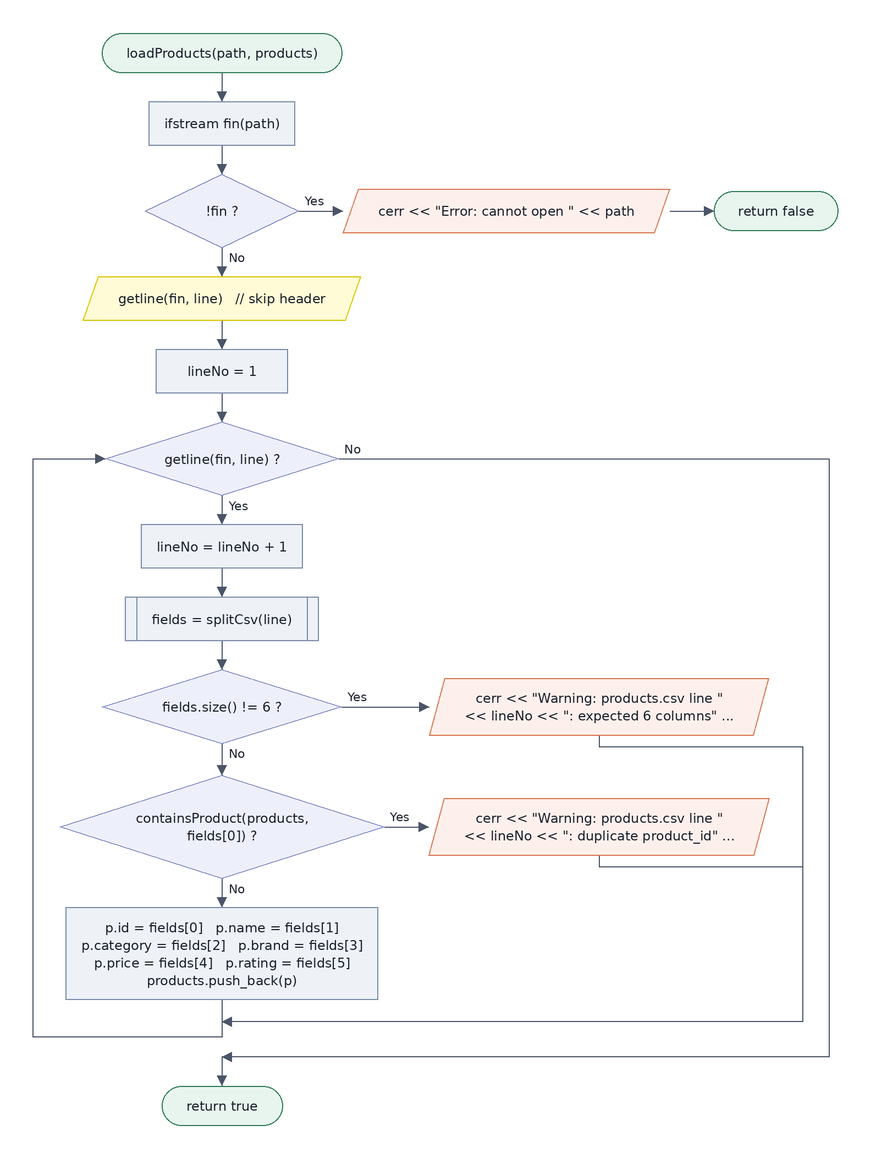
tienthinh202/smartretail-p2-group02 keeps this draw.io diagram as docs/flowcharts/T03-loadProducts.drawio.png. Above is the earlier version. Source tidied: cells renumbered, new cells last; positions are measured from the earlier drawing's top-left corner, leaving out a move shared by most shapes.
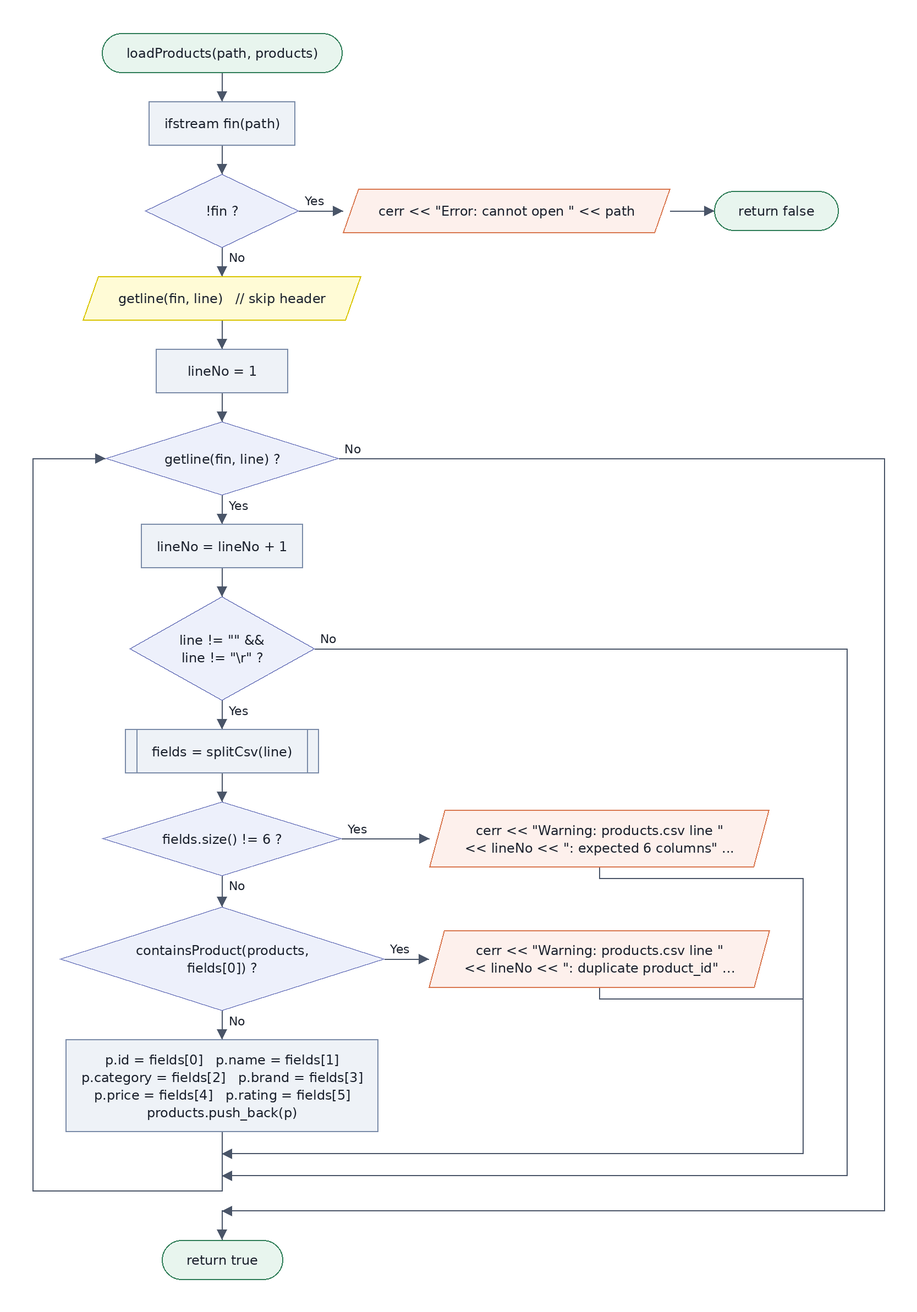
After the change.

Commit message:
T03: skip blank lines in loadProducts and update flowchart

What changed in the source:
```diff
@@ -29,193 +29,224 @@
     <mxCell id="10" value="lineNo = lineNo + 1" style="rounded=0;whiteSpace=wrap;fontSize=12;fillColor=#EEF2F7;strokeColor=#7A8BA8;fontColor=#1A202C;" parent="1" vertex="1">
       <mxGeometry x="98" y="446" width="147" height="40" as="geometry" />
     </mxCell>
-    <mxCell id="11" value="fields = splitCsv(line)" style="shape=process;backgroundOutline=1;size=0.06;whiteSpace=wrap;fontSize=12;fillColor=#EEF2F7;strokeColor=#7A8BA8;fontColor=#1A202C;" parent="1" vertex="1">
-      <mxGeometry x="84" y="512" width="176" height="40" as="geometry" />
+    <mxCell id="11" value="line != &quot;&quot; &amp;&amp;&#10;line != &quot;\r&quot; ?" style="rhombus;whiteSpace=wrap;fontSize=12;fillColor=#EDF0FB;strokeColor=#6670B8;fontColor=#1A202C;" parent="1" vertex="1">
+      <mxGeometry x="88" y="512" width="168" height="94" as="geometry" />
     </mxCell>
-    <mxCell id="12" value="fields.size() != 6 ?" style="rhombus;whiteSpace=wrap;fontSize=12;fillColor=#EDF0FB;strokeColor=#6670B8;fontColor=#1A202C;" parent="1" vertex="1">
-      <mxGeometry x="63" y="578" width="218" height="67" as="geometry" />
+    <mxCell id="12" value="fields = splitCsv(line)" style="shape=process;backgroundOutline=1;size=0.06;whiteSpace=wrap;fontSize=12;fillColor=#EEF2F7;strokeColor=#7A8BA8;fontColor=#1A202C;" parent="1" vertex="1">
+      <mxGeometry x="84" y="633" width="176" height="40" as="geometry" />
     </mxCell>
-    <mxCell id="13" value="cerr &lt;&lt; &quot;Warning: products.csv line &quot;&#10;&lt;&lt; lineNo &lt;&lt; &quot;: expected 6 columns&quot; ..." style="shape=parallelogram;perimeter=parallelogramPerimeter;fixedSize=1;size=14;whiteSpace=wrap;fontSize=12;fillColor=#FDF0EC;strokeColor=#D9774F;fontColor=#1A202C;" parent="1" vertex="1">
-      <mxGeometry x="360" y="586" width="309" height="52" as="geometry" />
+    <mxCell id="13" value="fields.size() != 6 ?" style="rhombus;whiteSpace=wrap;fontSize=12;fillColor=#EDF0FB;strokeColor=#6670B8;fontColor=#1A202C;" parent="1" vertex="1">
+      <mxGeometry x="63" y="699" width="218" height="67" as="geometry" />
     </mxCell>
-    <mxCell id="14" value="containsProduct(products,&#10;fields[0]) ?" style="rhombus;whiteSpace=wrap;fontSize=12;fillColor=#EDF0FB;strokeColor=#6670B8;fontColor=#1A202C;" parent="1" vertex="1">
-      <mxGeometry x="24" y="674" width="296" height="94" as="geometry" />
+    <mxCell id="14" value="cerr &lt;&lt; &quot;Warning: products.csv line &quot;&#10;&lt;&lt; lineNo &lt;&lt; &quot;: expected 6 columns&quot; ..." style="shape=parallelogram;perimeter=parallelogramPerimeter;fixedSize=1;size=14;whiteSpace=wrap;fontSize=12;fillColor=#FDF0EC;strokeColor=#D9774F;fontColor=#1A202C;" parent="1" vertex="1">
+      <mxGeometry x="360" y="706" width="309" height="52" as="geometry" />
     </mxCell>
-    <mxCell id="15" value="cerr &lt;&lt; &quot;Warning: products.csv line &quot;&#10;&lt;&lt; lineNo &lt;&lt; &quot;: duplicate product_id&quot; ..." style="shape=parallelogram;perimeter=parallelogramPerimeter;fixedSize=1;size=14;whiteSpace=wrap;fontSize=12;fillColor=#FDF0EC;strokeColor=#D9774F;fontColor=#1A202C;" parent="1" vertex="1">
-      <mxGeometry x="360" y="695" width="310" height="52" as="geometry" />
+    <mxCell id="15" value="containsProduct(products,&#10;fields[0]) ?" style="rhombus;whiteSpace=wrap;fontSize=12;fillColor=#EDF0FB;strokeColor=#6670B8;fontColor=#1A202C;" parent="1" vertex="1">
+      <mxGeometry x="24" y="794" width="296" height="94" as="geometry" />
     </mxCell>
-    <mxCell id="16" value="p.id = fields[0]   p.name = fields[1]&#10;p.category = fields[2]   p.brand = fields[3]&#10;p.price = fields[4]   p.rating = fields[5]&#10;products.push_back(p)" style="rounded=0;whiteSpace=wrap;fontSize=12;fillColor=#EEF2F7;strokeColor=#7A8BA8;fontColor=#1A202C;" parent="1" vertex="1">
-      <mxGeometry x="30" y="794" width="284" height="84" as="geometry" />
+    <mxCell id="16" value="cerr &lt;&lt; &quot;Warning: products.csv line &quot;&#10;&lt;&lt; lineNo &lt;&lt; &quot;: duplicate product_id&quot; ..." style="shape=parallelogram;perimeter=parallelogramPerimeter;fixedSize=1;size=14;whiteSpace=wrap;fontSize=12;fillColor=#FDF0EC;strokeColor=#D9774F;fontColor=#1A202C;" parent="1" vertex="1">
+      <mxGeometry x="360" y="816" width="310" height="52" as="geometry" />
     </mxCell>
-    <mxCell id="17" value="return true" style="shape=mxgraph.flowchart.terminator;whiteSpace=wrap;fontSize=12;fillColor=#E8F5EE;strokeColor=#2E7D57;fontColor=#1A202C;" parent="1" vertex="1">
-      <mxGeometry x="117" y="956" width="110" height="36" as="geometry" />
+    <mxCell id="17" value="p.id = fields[0]   p.name = fields[1]&#10;p.category = fields[2]   p.brand = fields[3]&#10;p.price = fields[4]   p.rating = fields[5]&#10;products.push_back(p)" style="rounded=0;whiteSpace=wrap;fontSize=12;fillColor=#EEF2F7;strokeColor=#7A8BA8;fontColor=#1A202C;" parent="1" vertex="1">
+      <mxGeometry x="30" y="915" width="284" height="84" as="geometry" />
     </mxCell>
-    <mxCell id="18" style="endArrow=block;endFill=1;rounded=0;strokeColor=#4A5568;" parent="1" edge="1">
-      <mxGeometry relative="1" as="geometry">
-        <mxPoint x="172" y="36" as="sourcePoint" />
-        <mxPoint x="172" y="62" as="targetPoint" />
-      </mxGeometry>
+    <mxCell id="18" value="return true" style="shape=mxgraph.flowchart.terminator;whiteSpace=wrap;fontSize=12;fillColor=#E8F5EE;strokeColor=#2E7D57;fontColor=#1A202C;" parent="1" vertex="1">
+      <mxGeometry x="117" y="1097" width="110" height="36" as="geometry" />
     </mxCell>
     <mxCell id="19" style="endArrow=block;endFill=1;rounded=0;strokeColor=#4A5568;" parent="1" edge="1">
       <mxGeometry relative="1" as="geometry">
-        <mxPoint x="172" y="102" as="sourcePoint" />
-        <mxPoint x="172" y="128" as="targetPoint" />
+        <mxPoint x="172" y="36" as="sourcePoint" />
+        <mxPoint x="172" y="62" as="targetPoint" />
       </mxGeometry>
     </mxCell>
     <mxCell id="20" style="endArrow=block;endFill=1;rounded=0;strokeColor=#4A5568;" parent="1" edge="1">
       <mxGeometry relative="1" as="geometry">
-        <mxPoint x="242" y="162" as="sourcePoint" />
-        <mxPoint x="282" y="162" as="targetPoint" />
+        <mxPoint x="172" y="102" as="sourcePoint" />
+        <mxPoint x="172" y="128" as="targetPoint" />
       </mxGeometry>
     </mxCell>
     <mxCell id="21" style="endArrow=block;endFill=1;rounded=0;strokeColor=#4A5568;" parent="1" edge="1">
       <mxGeometry relative="1" as="geometry">
-        <mxPoint x="579" y="162" as="sourcePoint" />
-        <mxPoint x="619" y="162" as="targetPoint" />
+        <mxPoint x="242" y="162" as="sourcePoint" />
+        <mxPoint x="282" y="162" as="targetPoint" />
       </mxGeometry>
     </mxCell>
     <mxCell id="22" style="endArrow=block;endFill=1;rounded=0;strokeColor=#4A5568;" parent="1" edge="1">
       <mxGeometry relative="1" as="geometry">
-        <mxPoint x="172" y="195" as="sourcePoint" />
-        <mxPoint x="172" y="221" as="targetPoint" />
+        <mxPoint x="579" y="162" as="sourcePoint" />
+        <mxPoint x="619" y="162" as="targetPoint" />
       </mxGeometry>
     </mxCell>
     <mxCell id="23" style="endArrow=block;endFill=1;rounded=0;strokeColor=#4A5568;" parent="1" edge="1">
       <mxGeometry relative="1" as="geometry">
-        <mxPoint x="172" y="261" as="sourcePoint" />
-        <mxPoint x="172" y="287" as="targetPoint" />
+        <mxPoint x="172" y="195" as="sourcePoint" />
+        <mxPoint x="172" y="221" as="targetPoint" />
       </mxGeometry>
     </mxCell>
     <mxCell id="24" style="endArrow=block;endFill=1;rounded=0;strokeColor=#4A5568;" parent="1" edge="1">
       <mxGeometry relative="1" as="geometry">
-        <mxPoint x="172" y="327" as="sourcePoint" />
-        <mxPoint x="172" y="353" as="targetPoint" />
+        <mxPoint x="172" y="261" as="sourcePoint" />
+        <mxPoint x="172" y="287" as="targetPoint" />
       </mxGeometry>
     </mxCell>
     <mxCell id="25" style="endArrow=block;endFill=1;rounded=0;strokeColor=#4A5568;" parent="1" edge="1">
       <mxGeometry relative="1" as="geometry">
-        <mxPoint x="172" y="420" as="sourcePoint" />
-        <mxPoint x="172" y="446" as="targetPoint" />
+        <mxPoint x="172" y="327" as="sourcePoint" />
+        <mxPoint x="172" y="353" as="targetPoint" />
       </mxGeometry>
     </mxCell>
     <mxCell id="26" style="endArrow=block;endFill=1;rounded=0;strokeColor=#4A5568;" parent="1" edge="1">
       <mxGeometry relative="1" as="geometry">
-        <mxPoint x="172" y="486" as="sourcePoint" />
-        <mxPoint x="172" y="512" as="targetPoint" />
+        <mxPoint x="172" y="420" as="sourcePoint" />
+        <mxPoint x="172" y="446" as="targetPoint" />
       </mxGeometry>
     </mxCell>
     <mxCell id="27" style="endArrow=block;endFill=1;rounded=0;strokeColor=#4A5568;" parent="1" edge="1">
       <mxGeometry relative="1" as="geometry">
-        <mxPoint x="172" y="552" as="sourcePoint" />
-        <mxPoint x="172" y="578" as="targetPoint" />
+        <mxPoint x="172" y="486" as="sourcePoint" />
+        <mxPoint x="172" y="512" as="targetPoint" />
       </mxGeometry>
     </mxCell>
     <mxCell id="28" style="endArrow=block;endFill=1;rounded=0;strokeColor=#4A5568;" parent="1" edge="1">
       <mxGeometry relative="1" as="geometry">
-        <mxPoint x="281" y="612" as="sourcePoint" />
-        <mxPoint x="360" y="612" as="targetPoint" />
+        <mxPoint x="172" y="607" as="sourcePoint" />
+        <mxPoint x="172" y="633" as="targetPoint" />
       </mxGeometry>
     </mxCell>
-    <mxCell id="29" style="endArrow=none;rounded=0;strokeColor=#4A5568;" parent="1" edge="1">
+    <mxCell id="29" style="endArrow=block;endFill=1;rounded=0;strokeColor=#4A5568;" parent="1" edge="1">
       <mxGeometry relative="1" as="geometry">
-        <mxPoint x="515" y="638" as="sourcePoint" />
-        <mxPoint x="700" y="898" as="targetPoint" />
-        <Array as="points">
-          <mxPoint x="515" y="648" />
-          <mxPoint x="700" y="648" />
-        </Array>
+        <mxPoint x="172" y="673" as="sourcePoint" />
+        <mxPoint x="172" y="699" as="targetPoint" />
       </mxGeometry>
     </mxCell>
     <mxCell id="30" style="endArrow=block;endFill=1;rounded=0;strokeColor=#4A5568;" parent="1" edge="1">
       <mxGeometry relative="1" as="geometry">
-        <mxPoint x="172" y="646" as="sourcePoint" />
-        <mxPoint x="172" y="674" as="targetPoint" />
+        <mxPoint x="281" y="732" as="sourcePoint" />
+        <mxPoint x="360" y="732" as="targetPoint" />
       </mxGeometry>
     </mxCell>
-    <mxCell id="31" style="endArrow=block;endFill=1;rounded=0;strokeColor=#4A5568;" parent="1" edge="1">
+    <mxCell id="31" style="endArrow=none;rounded=0;strokeColor=#4A5568;" parent="1" edge="1">
       <mxGeometry relative="1" as="geometry">
-        <mxPoint x="320" y="721" as="sourcePoint" />
-        <mxPoint x="360" y="721" as="targetPoint" />
+        <mxPoint x="515" y="758" as="sourcePoint" />
+        <mxPoint x="700" y="1019" as="targetPoint" />
+        <Array as="points">
+          <mxPoint x="515" y="768" />
+          <mxPoint x="700" y="768" />
+        </Array>
       </mxGeometry>
     </mxCell>
-    <mxCell id="32" style="endArrow=none;rounded=0;strokeColor=#4A5568;" parent="1" edge="1">
+    <mxCell id="32" style="endArrow=block;endFill=1;rounded=0;strokeColor=#4A5568;" parent="1" edge="1">
       <mxGeometry relative="1" as="geometry">
-        <mxPoint x="515" y="747" as="sourcePoint" />
-        <mxPoint x="700" y="898" as="targetPoint" />
-        <Array as="points">
-          <mxPoint x="515" y="757" />
-          <mxPoint x="700" y="757" />
-        </Array>
+        <mxPoint x="172" y="766" as="sourcePoint" />
+        <mxPoint x="172" y="794" as="targetPoint" />
       </mxGeometry>
     </mxCell>
     <mxCell id="33" style="endArrow=block;endFill=1;rounded=0;strokeColor=#4A5568;" parent="1" edge="1">
       <mxGeometry relative="1" as="geometry">
-        <mxPoint x="172" y="768" as="sourcePoint" />
-        <mxPoint x="172" y="794" as="targetPoint" />
+        <mxPoint x="320" y="842" as="sourcePoint" />
+        <mxPoint x="360" y="842" as="targetPoint" />
       </mxGeometry>
     </mxCell>
     <mxCell id="34" style="endArrow=none;rounded=0;strokeColor=#4A5568;" parent="1" edge="1">
       <mxGeometry relative="1" as="geometry">
-        <mxPoint x="172" y="878" as="sourcePoint" />
-        <mxPoint x="172" y="898" as="targetPoint" />
+        <mxPoint x="515" y="868" as="sourcePoint" />
+        <mxPoint x="700" y="1019" as="targetPoint" />
+        <Array as="points">
+          <mxPoint x="515" y="878" />
+          <mxPoint x="700" y="878" />
+        </Array>
       </mxGeometry>
     </mxCell>
     <mxCell id="35" style="endArrow=block;endFill=1;rounded=0;strokeColor=#4A5568;" parent="1" edge="1">
       <mxGeometry relative="1" as="geometry">
-        <mxPoint x="700" y="898" as="sourcePoint" />
-        <mxPoint x="172" y="898" as="targetPoint" />
+        <mxPoint x="172" y="889" as="sourcePoint" />
+        <mxPoint x="172" y="915" as="targetPoint" />
       </mxGeometry>
     </mxCell>
-    <mxCell id="36" style="endArrow=block;endFill=1;rounded=0;strokeColor=#4A5568;" parent="1" edge="1">
+    <mxCell id="36" style="endArrow=none;rounded=0;strokeColor=#4A5568;" parent="1" edge="1">
       <mxGeometry relative="1" as="geometry">
-        <mxPoint x="172" y="898" as="sourcePoint" />
-        <mxPoint x="66" y="387" as="targetPoint" />
-        <Array as="points">
-          <mxPoint x="172" y="912" />
-          <mxPoint y="912" />
-          <mxPoint y="387" />
-        </Array>
+        <mxPoint x="172" y="999" as="sourcePoint" />
+        <mxPoint x="172" y="1019" as="targetPoint" />
       </mxGeometry>
     </mxCell>
     <mxCell id="37" style="endArrow=block;endFill=1;rounded=0;strokeColor=#4A5568;" parent="1" edge="1">
       <mxGeometry relative="1" as="geometry">
-        <mxPoint x="278" y="387" as="sourcePoint" />
-        <mxPoint x="172" y="930" as="targetPoint" />
-        <Array as="points">
-          <mxPoint x="724" y="387" />
-          <mxPoint x="724" y="930" />
-        </Array>
+        <mxPoint x="700" y="1019" as="sourcePoint" />
+        <mxPoint x="172" y="1019" as="targetPoint" />
       </mxGeometry>
     </mxCell>
     <mxCell id="38" style="endArrow=block;endFill=1;rounded=0;strokeColor=#4A5568;" parent="1" edge="1">
       <mxGeometry relative="1" as="geometry">
-        <mxPoint x="172" y="930" as="sourcePoint" />
-        <mxPoint x="172" y="956" as="targetPoint" />
+        <mxPoint x="256" y="560" as="sourcePoint" />
+        <mxPoint x="172" y="1039" as="targetPoint" />
+        <Array as="points">
+          <mxPoint x="740" y="560" />
+          <mxPoint x="740" y="1039" />
+        </Array>
       </mxGeometry>
     </mxCell>
-    <mxCell id="39" value="Yes" style="text;align=left;verticalAlign=bottom;fontSize=11;spacing=0;" parent="1" vertex="1">
-      <mxGeometry x="247" y="143" width="44" height="14" as="geometry" />
+    <mxCell id="39" style="endArrow=none;rounded=0;strokeColor=#4A5568;" parent="1" edge="1">
+      <mxGeometry relative="1" as="geometry">
+        <mxPoint x="172" y="1019" as="sourcePoint" />
+        <mxPoint x="172" y="1039" as="targetPoint" />
+      </mxGeometry>
     </mxCell>
-    <mxCell id="40" value="No" style="text;align=left;verticalAlign=bottom;fontSize=11;spacing=0;" parent="1" vertex="1">
-      <mxGeometry x="178" y="194" width="44" height="14" as="geometry" />
+    <mxCell id="40" style="endArrow=block;endFill=1;rounded=0;strokeColor=#4A5568;" parent="1" edge="1">
+      <mxGeometry relative="1" as="geometry">
+        <mxPoint x="172" y="1039" as="sourcePoint" />
+        <mxPoint x="66" y="387" as="targetPoint" />
+        <Array as="points">
+          <mxPoint x="172" y="1053" />
+          <mxPoint y="1053" />
+          <mxPoint y="387" />
+        </Array>
+      </mxGeometry>
     </mxCell>
-    <mxCell id="41" value="Yes" style="text;align=left;verticalAlign=bottom;fontSize=11;spacing=0;" parent="1" vertex="1">
-      <mxGeometry x="178" y="419" width="44" height="14" as="geometry" />
+    <mxCell id="41" style="endArrow=block;endFill=1;rounded=0;strokeColor=#4A5568;" parent="1" edge="1">
+      <mxGeometry relative="1" as="geometry">
+        <mxPoint x="278" y="387" as="sourcePoint" />
+        <mxPoint x="172" y="1071" as="targetPoint" />
+        <Array as="points">
+          <mxPoint x="774" y="387" />
+          <mxPoint x="774" y="1071" />
+        </Array>
+      </mxGeometry>
     </mxCell>
-    <mxCell id="42" value="Yes" style="text;align=left;verticalAlign=bottom;fontSize=11;spacing=0;" parent="1" vertex="1">
-      <mxGeometry x="286" y="593" width="44" height="14" as="geometry" />
+    <mxCell id="42" style="endArrow=block;endFill=1;rounded=0;strokeColor=#4A5568;" parent="1" edge="1">
+      <mxGeometry relative="1" as="geometry">
+        <mxPoint x="172" y="1071" as="sourcePoint" />
+        <mxPoint x="172" y="1097" as="targetPoint" />
+      </mxGeometry>
     </mxCell>
-    <mxCell id="43" value="No" style="text;align=left;verticalAlign=bottom;fontSize=11;spacing=0;" parent="1" vertex="1">
-      <mxGeometry x="178" y="645" width="44" height="14" as="geometry" />
+    <mxCell id="43" value="Yes" style="text;align=left;verticalAlign=bottom;fontSize=11;spacing=0;" parent="1" vertex="1">
+      <mxGeometry x="247" y="143" width="44" height="14" as="geometry" />
     </mxCell>
-    <mxCell id="44" value="Yes" style="text;align=left;verticalAlign=bottom;fontSize=11;spacing=0;" parent="1" vertex="1">
-      <mxGeometry x="325" y="702" width="44" height="14" as="geometry" />
+    <mxCell id="44" value="No" style="text;align=left;verticalAlign=bottom;fontSize=11;spacing=0;" parent="1" vertex="1">
+      <mxGeometry x="178" y="194" width="44" height="14" as="geometry" />
     </mxCell>
-    <mxCell id="45" value="No" style="text;align=left;verticalAlign=bottom;fontSize=11;spacing=0;" parent="1" vertex="1">
-      <mxGeometry x="178" y="767" width="44" height="14" as="geometry" />
+    <mxCell id="45" value="Yes" style="text;align=left;verticalAlign=bottom;fontSize=11;spacing=0;" parent="1" vertex="1">
+      <mxGeometry x="178" y="419" width="44" height="14" as="geometry" />
     </mxCell>
-    <mxCell id="46" value="No" style="text;align=left;verticalAlign=bottom;fontSize=11;spacing=0;" parent="1" vertex="1">
-      <mxGeometry x="283" y="368" width="44" height="14" as="geometry" />
+    <mxCell id="46" value="Yes" style="text;align=left;verticalAlign=bottom;fontSize=11;spacing=0;" parent="1" vertex="1">
+      <mxGeometry x="178" y="606" width="44" height="14" as="geometry" />
     </mxCell>
+    <mxCell id="47" value="No" style="text;align=left;verticalAlign=bottom;fontSize=11;spacing=0;" parent="1" vertex="1">
+      <mxGeometry x="261" y="541" width="44" height="14" as="geometry" />
+    </mxCell>
+    <mxCell id="48" value="Yes" style="text;align=left;verticalAlign=bottom;fontSize=11;spacing=0;" parent="1" vertex="1">
+      <mxGeometry x="286" y="713" width="44" height="14" as="geometry" />
+    </mxCell>
+    <mxCell id="49" value="No" style="text;align=left;verticalAlign=bottom;fontSize=11;spacing=0;" parent="1" vertex="1">
+      <mxGeometry x="178" y="765" width="44" height="14" as="geometry" />
+    </mxCell>
+    <mxCell id="50" value="Yes" style="text;align=left;verticalAlign=bottom;fontSize=11;spacing=0;" parent="1" vertex="1">
+      <mxGeometry x="325" y="823" width="44" height="14" as="geometry" />
+    </mxCell>
+    <mxCell id="51" value="No" style="text;align=left;verticalAlign=bottom;fontSize=11;spacing=0;" parent="1" vertex="1">
+      <mxGeometry x="178" y="888" width="44" height="14" as="geometry" />
+    </mxCell>
+    <mxCell id="52" value="No" style="text;align=left;verticalAlign=bottom;fontSize=11;spacing=0;" parent="1" vertex="1">
+      <mxGeometry x="283" y="368" width="44" height="14" as="geometry" />
+    </mxCell>
   </root>
 </mxGraphModel>
```
